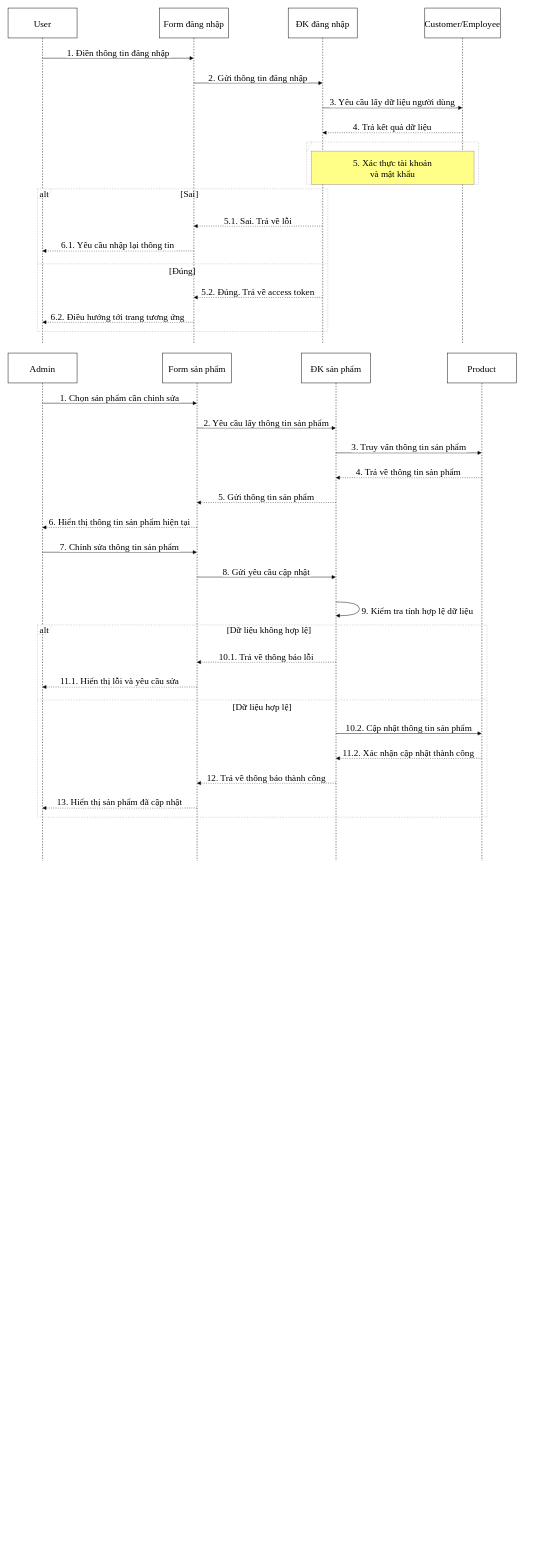
Above: Sequence2.drawio in minhtienth15/radio (draw.io), before the change. Source tidied: cells renumbered, new cells numbered last; positions are measured from the earlier drawing's top-left corner, leaving out a move shared by most shapes. Both pictures are drawn from the tidied source at 46%, with x=0, y=0 at pixel (8, 8).
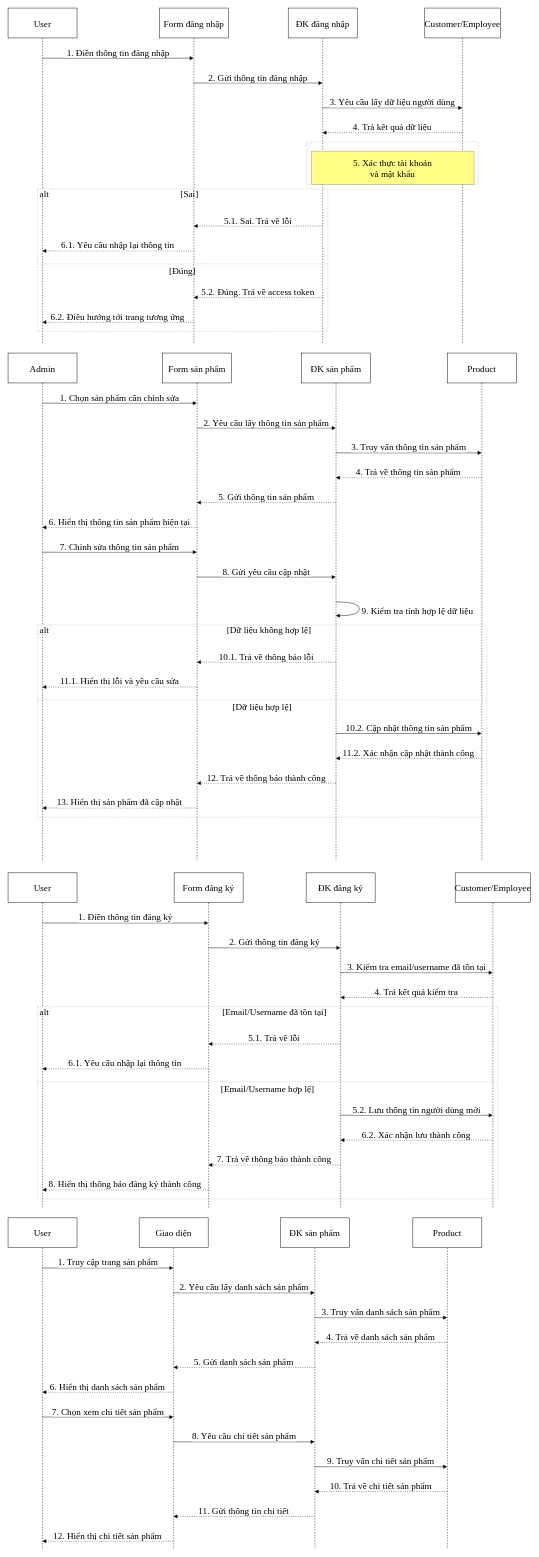
The same page after the edit.

Commit message (it also covers changes not shown here):
Cập nhật Sequence2.drawio

What changed in the source:
```diff
@@
+    <mxCell id="42" value="User" style="shape=umlLifeline;perimeter=lifelinePerimeter;whiteSpace=wrap;outlineConnect=0;portConstraint=eastwest;newEdgeStyle={&quot;edgeStyle&quot;:&quot;elbowEdgeStyle&quot;,&quot;elbow&quot;:&quot;vertical&quot;,&quot;curved&quot;:0,&quot;rounded&quot;:0};size=65;fontFamily=Times New Roman;fontSize=20;" parent="1" vertex="1">
+      <mxGeometry y="1880" width="150" height="730" as="geometry" />
+    </mxCell>
+    <mxCell id="43" value="Form đăng ký" style="shape=umlLifeline;perimeter=lifelinePerimeter;whiteSpace=wrap;outlineConnect=0;portConstraint=eastwest;newEdgeStyle={&quot;edgeStyle&quot;:&quot;elbowEdgeStyle&quot;,&quot;elbow&quot;:&quot;vertical&quot;,&quot;curved&quot;:0,&quot;rounded&quot;:0};size=65;fontFamily=Times New Roman;fontSize=20;" parent="1" vertex="1">
+      <mxGeometry x="361" y="1880" width="150" height="730" as="geometry" />
+    </mxCell>
+    <mxCell id="44" value="ĐK đăng ký" style="shape=umlLifeline;perimeter=lifelinePerimeter;whiteSpace=wrap;outlineConnect=0;portConstraint=eastwest;newEdgeStyle={&quot;edgeStyle&quot;:&quot;elbowEdgeStyle&quot;,&quot;elbow&quot;:&quot;vertical&quot;,&quot;curved&quot;:0,&quot;rounded&quot;:0};size=65;fontFamily=Times New Roman;fontSize=20;" parent="1" vertex="1">
+      <mxGeometry x="648" y="1880" width="150" height="730" as="geometry" />
+    </mxCell>
+    <mxCell id="45" value="Customer/Employee" style="shape=umlLifeline;perimeter=lifelinePerimeter;whiteSpace=wrap;outlineConnect=0;portConstraint=eastwest;newEdgeStyle={&quot;edgeStyle&quot;:&quot;elbowEdgeStyle&quot;,&quot;elbow&quot;:&quot;vertical&quot;,&quot;curved&quot;:0,&quot;rounded&quot;:0};size=65;fontFamily=Times New Roman;fontSize=20;" parent="1" vertex="1">
+      <mxGeometry x="972" y="1880" width="164" height="730" as="geometry" />
+    </mxCell>
+    <mxCell id="46" value="alt" style="shape=umlFrame;dashed=1;strokeColor=#B3B3B3;height=20;width=30;fontFamily=Times New Roman;fontSize=20;" parent="1" vertex="1">
+      <mxGeometry x="64" y="2171" width="1001" height="418" as="geometry" />
+    </mxCell>
+    <mxCell id="47" value="[Email/Username đã tồn tại]" style="text;strokeColor=none;fillColor=none;align=center;verticalAlign=middle;whiteSpace=wrap;fontFamily=Times New Roman;fontSize=20;" parent="46" vertex="1">
+      <mxGeometry x="30" width="971" height="20" as="geometry" />
+    </mxCell>
+    <mxCell id="48" value="[Email/Username hợp lệ]" style="shape=line;dashed=1;whiteSpace=wrap;verticalAlign=top;labelPosition=center;verticalLabelPosition=middle;align=center;strokeColor=#B3B3B3;fontFamily=Times New Roman;fontSize=20;" parent="46" vertex="1">
+      <mxGeometry y="160" width="1001" height="6" as="geometry" />
+    </mxCell>
+    <mxCell id="49" value="1. Điền thông tin đăng ký" style="verticalAlign=bottom;edgeStyle=elbowEdgeStyle;elbow=vertical;curved=0;rounded=0;endArrow=block;fontFamily=Times New Roman;fontSize=20;" parent="1" edge="1" source="42" target="43">
+      <mxGeometry relative="1" as="geometry">
+        <Array as="points">
+          <mxPoint x="264" y="1989" />
+        </Array>
+      </mxGeometry>
+    </mxCell>
+    <mxCell id="50" value="2. Gửi thông tin đăng ký" style="verticalAlign=bottom;edgeStyle=elbowEdgeStyle;elbow=vertical;curved=0;rounded=0;endArrow=block;fontFamily=Times New Roman;fontSize=20;" parent="1" edge="1" source="43" target="44">
+      <mxGeometry relative="1" as="geometry">
+        <Array as="points">
+          <mxPoint x="588" y="2043" />
+        </Array>
+      </mxGeometry>
+    </mxCell>
+    <mxCell id="51" value="3. Kiểm tra email/username đã tồn tại" style="verticalAlign=bottom;edgeStyle=elbowEdgeStyle;elbow=vertical;curved=0;rounded=0;endArrow=block;fontFamily=Times New Roman;fontSize=20;" parent="1" edge="1" source="44" target="45">
+      <mxGeometry relative="1" as="geometry">
+        <Array as="points">
+          <mxPoint x="897" y="2097" />
+        </Array>
+      </mxGeometry>
+    </mxCell>
+    <mxCell id="52" value="4. Trả kết quả kiểm tra" style="verticalAlign=bottom;edgeStyle=elbowEdgeStyle;elbow=vertical;curved=0;rounded=0;dashed=1;dashPattern=2 3;endArrow=block;fontFamily=Times New Roman;fontSize=20;" parent="1" edge="1" source="45" target="44">
+      <mxGeometry relative="1" as="geometry">
+        <Array as="points">
+          <mxPoint x="900" y="2151" />
+        </Array>
+      </mxGeometry>
+    </mxCell>
+    <mxCell id="53" value="5.1. Trả về lỗi" style="verticalAlign=bottom;edgeStyle=elbowEdgeStyle;elbow=vertical;curved=0;rounded=0;dashed=1;dashPattern=2 3;endArrow=block;fontFamily=Times New Roman;fontSize=20;" parent="1" edge="1" source="44" target="43">
+      <mxGeometry relative="1" as="geometry">
+        <Array as="points">
+          <mxPoint x="591" y="2252" />
+        </Array>
+      </mxGeometry>
+    </mxCell>
+    <mxCell id="54" value="6.1. Yêu cầu nhập lại thông tin" style="verticalAlign=bottom;edgeStyle=elbowEdgeStyle;elbow=vertical;curved=0;rounded=0;dashed=1;dashPattern=2 3;endArrow=block;fontFamily=Times New Roman;fontSize=20;" parent="1" edge="1" source="43" target="42">
+      <mxGeometry relative="1" as="geometry">
+        <Array as="points">
+          <mxPoint x="267" y="2306" />
+        </Array>
+      </mxGeometry>
+    </mxCell>
+    <mxCell id="55" value="5.2. Lưu thông tin người dùng mới" style="verticalAlign=bottom;edgeStyle=elbowEdgeStyle;elbow=vertical;curved=0;rounded=0;endArrow=block;fontFamily=Times New Roman;fontSize=20;" parent="1" edge="1" source="44" target="45">
+      <mxGeometry relative="1" as="geometry">
+        <Array as="points">
+          <mxPoint x="897" y="2407" />
+        </Array>
+      </mxGeometry>
+    </mxCell>
+    <mxCell id="56" value="6.2. Xác nhận lưu thành công" style="verticalAlign=bottom;edgeStyle=elbowEdgeStyle;elbow=vertical;curved=0;rounded=0;dashed=1;dashPattern=2 3;endArrow=block;fontFamily=Times New Roman;fontSize=20;" parent="1" edge="1" source="45" target="44">
+      <mxGeometry relative="1" as="geometry">
+        <Array as="points">
+          <mxPoint x="900" y="2461" />
+        </Array>
+      </mxGeometry>
+    </mxCell>
+    <mxCell id="57" value="7. Trả về thông báo thành công" style="verticalAlign=bottom;edgeStyle=elbowEdgeStyle;elbow=vertical;curved=0;rounded=0;dashed=1;dashPattern=2 3;endArrow=block;fontFamily=Times New Roman;fontSize=20;" parent="1" edge="1" source="44" target="43">
+      <mxGeometry relative="1" as="geometry">
+        <Array as="points">
+          <mxPoint x="591" y="2515" />
+        </Array>
+      </mxGeometry>
+    </mxCell>
+    <mxCell id="58" value="8. Hiển thị thông báo đăng ký thành công" style="verticalAlign=bottom;edgeStyle=elbowEdgeStyle;elbow=vertical;curved=0;rounded=0;dashed=1;dashPattern=2 3;endArrow=block;fontFamily=Times New Roman;fontSize=20;" parent="1" edge="1" source="43" target="42">
+      <mxGeometry relative="1" as="geometry">
+        <Array as="points">
+          <mxPoint x="267" y="2569" />
+        </Array>
+      </mxGeometry>
+    </mxCell>
+    <mxCell id="59" value="User" style="shape=umlLifeline;perimeter=lifelinePerimeter;whiteSpace=wrap;outlineConnect=0;portConstraint=eastwest;newEdgeStyle={&quot;edgeStyle&quot;:&quot;elbowEdgeStyle&quot;,&quot;elbow&quot;:&quot;vertical&quot;,&quot;curved&quot;:0,&quot;rounded&quot;:0};size=65;fontFamily=Times New Roman;fontSize=20;" parent="1" vertex="1">
+      <mxGeometry y="2630" width="150" height="720" as="geometry" />
+    </mxCell>
+    <mxCell id="60" value="Giao diện" style="shape=umlLifeline;perimeter=lifelinePerimeter;whiteSpace=wrap;outlineConnect=0;portConstraint=eastwest;newEdgeStyle={&quot;edgeStyle&quot;:&quot;elbowEdgeStyle&quot;,&quot;elbow&quot;:&quot;vertical&quot;,&quot;curved&quot;:0,&quot;rounded&quot;:0};size=65;fontFamily=Times New Roman;fontSize=20;" parent="1" vertex="1">
+      <mxGeometry x="285" y="2630" width="150" height="720" as="geometry" />
+    </mxCell>
+    <mxCell id="61" value="ĐK sản phẩm" style="shape=umlLifeline;perimeter=lifelinePerimeter;whiteSpace=wrap;outlineConnect=0;portConstraint=eastwest;newEdgeStyle={&quot;edgeStyle&quot;:&quot;elbowEdgeStyle&quot;,&quot;elbow&quot;:&quot;vertical&quot;,&quot;curved&quot;:0,&quot;rounded&quot;:0};size=65;fontFamily=Times New Roman;fontSize=20;" parent="1" vertex="1">
+      <mxGeometry x="592" y="2630" width="150" height="720" as="geometry" />
+    </mxCell>
+    <mxCell id="62" value="Product" style="shape=umlLifeline;perimeter=lifelinePerimeter;whiteSpace=wrap;outlineConnect=0;portConstraint=eastwest;newEdgeStyle={&quot;edgeStyle&quot;:&quot;elbowEdgeStyle&quot;,&quot;elbow&quot;:&quot;vertical&quot;,&quot;curved&quot;:0,&quot;rounded&quot;:0};size=65;fontFamily=Times New Roman;fontSize=20;" parent="1" vertex="1">
+      <mxGeometry x="880" y="2630" width="150" height="720" as="geometry" />
+    </mxCell>
+    <mxCell id="63" value="1. Truy cập trang sản phẩm" style="verticalAlign=bottom;edgeStyle=elbowEdgeStyle;elbow=vertical;curved=0;rounded=0;endArrow=block;fontFamily=Times New Roman;fontSize=20;" parent="1" edge="1" source="59" target="60">
+      <mxGeometry relative="1" as="geometry">
+        <Array as="points">
+          <mxPoint x="226" y="2739" />
+        </Array>
+      </mxGeometry>
+    </mxCell>
+    <mxCell id="64" value="2. Yêu cầu lấy danh sách sản phẩm" style="verticalAlign=bottom;edgeStyle=elbowEdgeStyle;elbow=vertical;curved=0;rounded=0;endArrow=block;fontFamily=Times New Roman;fontSize=20;" parent="1" edge="1" source="60" target="61">
+      <mxGeometry relative="1" as="geometry">
+        <Array as="points">
+          <mxPoint x="522" y="2793" />
+        </Array>
+      </mxGeometry>
+    </mxCell>
+    <mxCell id="65" value="3. Truy vấn danh sách sản phẩm" style="verticalAlign=bottom;edgeStyle=elbowEdgeStyle;elbow=vertical;curved=0;rounded=0;endArrow=block;fontFamily=Times New Roman;fontSize=20;" parent="1" edge="1" source="61" target="62">
+      <mxGeometry relative="1" as="geometry">
+        <Array as="points">
+          <mxPoint x="820" y="2847" />
+        </Array>
+      </mxGeometry>
+    </mxCell>
+    <mxCell id="66" value="4. Trả về danh sách sản phẩm" style="verticalAlign=bottom;edgeStyle=elbowEdgeStyle;elbow=vertical;curved=0;rounded=0;dashed=1;dashPattern=2 3;endArrow=block;fontFamily=Times New Roman;fontSize=20;" parent="1" edge="1" source="62" target="61">
+      <mxGeometry relative="1" as="geometry">
+        <Array as="points">
+          <mxPoint x="823" y="2901" />
+        </Array>
+      </mxGeometry>
+    </mxCell>
+    <mxCell id="67" value="5. Gửi danh sách sản phẩm" style="verticalAlign=bottom;edgeStyle=elbowEdgeStyle;elbow=vertical;curved=0;rounded=0;dashed=1;dashPattern=2 3;endArrow=block;fontFamily=Times New Roman;fontSize=20;" parent="1" edge="1" source="61" target="60">
+      <mxGeometry relative="1" as="geometry">
+        <Array as="points">
+          <mxPoint x="525" y="2955" />
+        </Array>
+      </mxGeometry>
+    </mxCell>
+    <mxCell id="68" value="6. Hiển thị danh sách sản phẩm" style="verticalAlign=bottom;edgeStyle=elbowEdgeStyle;elbow=vertical;curved=0;rounded=0;dashed=1;dashPattern=2 3;endArrow=block;fontFamily=Times New Roman;fontSize=20;" parent="1" edge="1" source="60" target="59">
+      <mxGeometry relative="1" as="geometry">
+        <Array as="points">
+          <mxPoint x="229" y="3009" />
+        </Array>
+      </mxGeometry>
+    </mxCell>
+    <mxCell id="69" value="7. Chọn xem chi tiết sản phẩm" style="verticalAlign=bottom;edgeStyle=elbowEdgeStyle;elbow=vertical;curved=0;rounded=0;endArrow=block;fontFamily=Times New Roman;fontSize=20;" parent="1" edge="1" source="59" target="60">
+      <mxGeometry relative="1" as="geometry">
+        <Array as="points">
+          <mxPoint x="226" y="3063" />
+        </Array>
+      </mxGeometry>
+    </mxCell>
+    <mxCell id="70" value="8. Yêu cầu chi tiết sản phẩm" style="verticalAlign=bottom;edgeStyle=elbowEdgeStyle;elbow=vertical;curved=0;rounded=0;endArrow=block;fontFamily=Times New Roman;fontSize=20;" parent="1" edge="1" source="60" target="61">
+      <mxGeometry relative="1" as="geometry">
+        <Array as="points">
+          <mxPoint x="522" y="3117" />
+        </Array>
+      </mxGeometry>
+    </mxCell>
+    <mxCell id="71" value="9. Truy vấn chi tiết sản phẩm" style="verticalAlign=bottom;edgeStyle=elbowEdgeStyle;elbow=vertical;curved=0;rounded=0;endArrow=block;fontFamily=Times New Roman;fontSize=20;" parent="1" edge="1" source="61" target="62">
+      <mxGeometry relative="1" as="geometry">
+        <Array as="points">
+          <mxPoint x="820" y="3171" />
+        </Array>
+      </mxGeometry>
+    </mxCell>
+    <mxCell id="72" value="10. Trả về chi tiết sản phẩm" style="verticalAlign=bottom;edgeStyle=elbowEdgeStyle;elbow=vertical;curved=0;rounded=0;dashed=1;dashPattern=2 3;endArrow=block;fontFamily=Times New Roman;fontSize=20;" parent="1" edge="1" source="62" target="61">
+      <mxGeometry relative="1" as="geometry">
+        <Array as="points">
+          <mxPoint x="823" y="3225" />
+        </Array>
+      </mxGeometry>
+    </mxCell>
+    <mxCell id="73" value="11. Gửi thông tin chi tiết" style="verticalAlign=bottom;edgeStyle=elbowEdgeStyle;elbow=vertical;curved=0;rounded=0;dashed=1;dashPattern=2 3;endArrow=block;fontFamily=Times New Roman;fontSize=20;" parent="1" edge="1" source="61" target="60">
+      <mxGeometry relative="1" as="geometry">
+        <Array as="points">
+          <mxPoint x="525" y="3279" />
+        </Array>
+      </mxGeometry>
+    </mxCell>
+    <mxCell id="74" value="12. Hiển thị chi tiết sản phẩm" style="verticalAlign=bottom;edgeStyle=elbowEdgeStyle;elbow=vertical;curved=0;rounded=0;dashed=1;dashPattern=2 3;endArrow=block;fontFamily=Times New Roman;fontSize=20;" parent="1" edge="1" source="60" target="59">
+      <mxGeometry relative="1" as="geometry">
+        <Array as="points">
+          <mxPoint x="229" y="3333" />
+        </Array>
+      </mxGeometry>
+    </mxCell>
```
